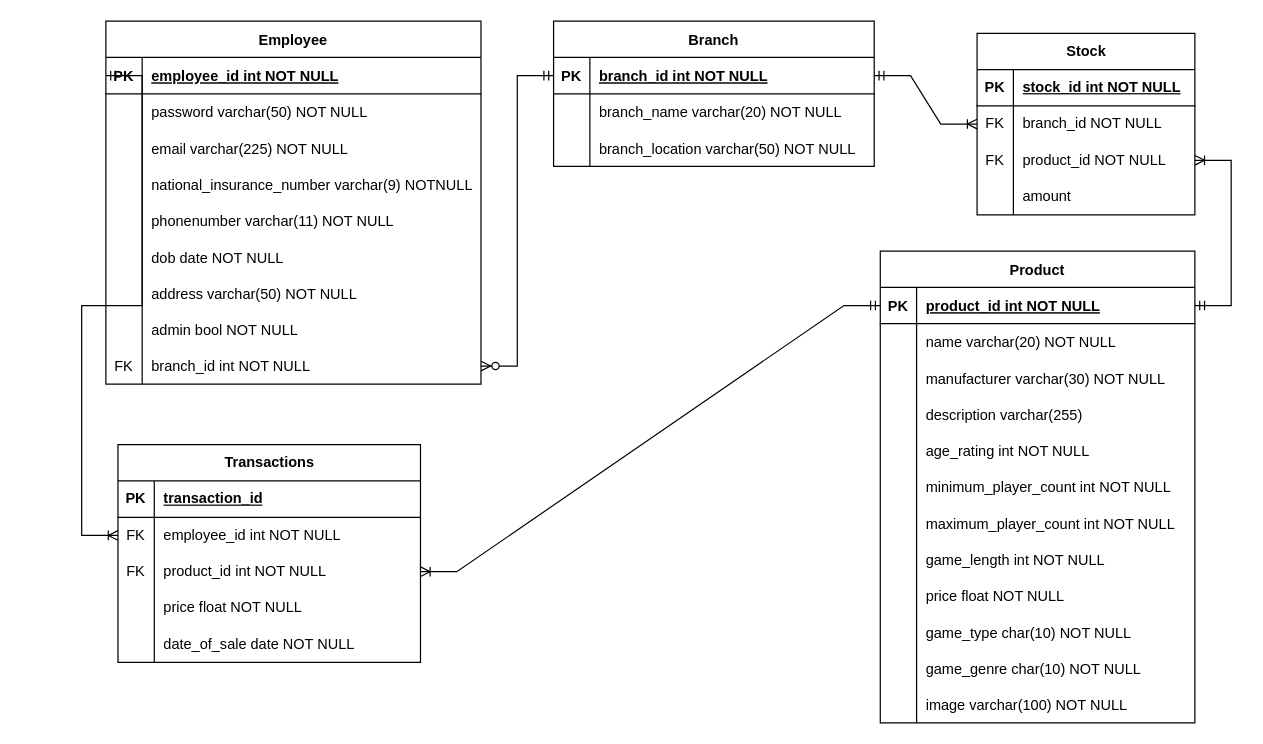
The draw.io diagram docs/InventoryManagementSystemERD.drawio in ScottForster400/Inventory-Managment-System, before the edit. Source tidied: cells renumbered, new cells numbered last; positions are measured from the earlier drawing's top-left corner, leaving out a move shared by most shapes. Both pictures are drawn from the tidied source at 121%, with x=0, y=0 at pixel (105, 21).
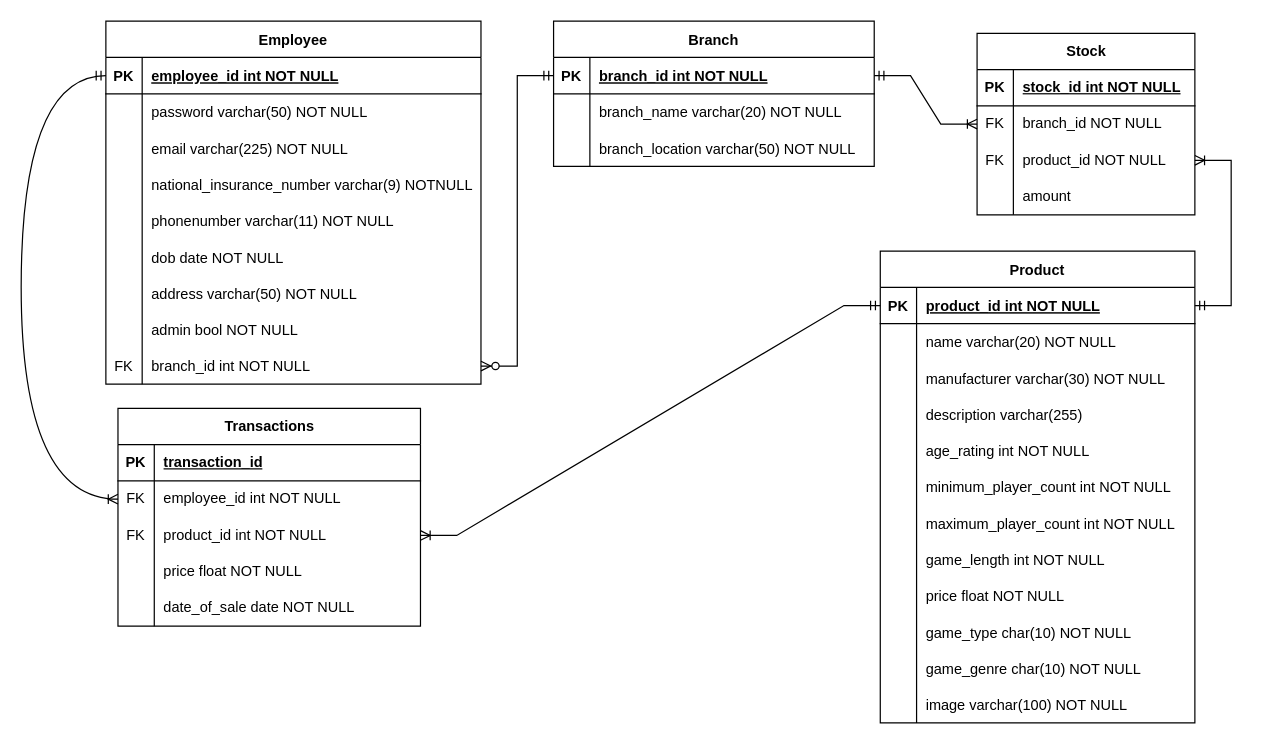
The same page after the edit.

Unchanged cells that the change refers to:
```xml
<mxCell id="50" style="shape=partialRectangle;fillColor=none;points=[[0,0.5],[1,0.5]];portConstraint=eastwest;top=0;left=0;right=0;bottom=1;" parent="49" vertex="1">
  <mxGeometry y="30" width="310" height="30" as="geometry" />
</mxCell>
<mxCell id="81" style="shape=tableRow;horizontal=0;startSize=0;swimlaneHead=0;swimlaneBody=0;fillColor=none;points=[[0,0.5],[1,0.5]];portConstraint=eastwest;top=0;left=0;right=0;bottom=0;" parent="77" vertex="1">
  <mxGeometry y="60" width="250" height="30" as="geometry" />
</mxCell>
```

Diff of the diagram source:
```diff
@@
     <mxCell id="77" value="Transactions" style="shape=table;startSize=30;childLayout=tableLayout;rowLines=0;fontStyle=1;align=center;html=1;" parent="1" vertex="1">
-      <mxGeometry x="10" y="350" width="250" height="180" as="geometry" />
+      <mxGeometry x="10" y="320" width="250" height="180" as="geometry" />
     </mxCell>
@@
-    <mxCell id="110" style="edgeStyle=entityRelationEdgeStyle;fontSize=12;html=1;endArrow=ERoneToMany;startArrow=ERmandOne;rounded=0;entryX=0;entryY=0.5;entryDx=0;entryDy=0;exitX=0;exitY=0.5;exitDx=0;exitDy=0;" parent="1" edge="1" source="50" target="81">
-      <mxGeometry relative="1" as="geometry" />
+    <mxCell id="110" style="edgeStyle=orthogonalEdgeStyle;fontSize=12;html=1;endArrow=ERoneToMany;startArrow=ERmandOne;rounded=0;entryX=0;entryY=0.5;entryDx=0;entryDy=0;exitX=0;exitY=0.5;exitDx=0;exitDy=0;curved=1;" parent="1" edge="1" source="50" target="81">
+      <mxGeometry relative="1" as="geometry">
+        <Array as="points">
+          <mxPoint x="-70" y="45" />
+          <mxPoint x="-70" y="395" />
+        </Array>
+      </mxGeometry>
     </mxCell>
```
